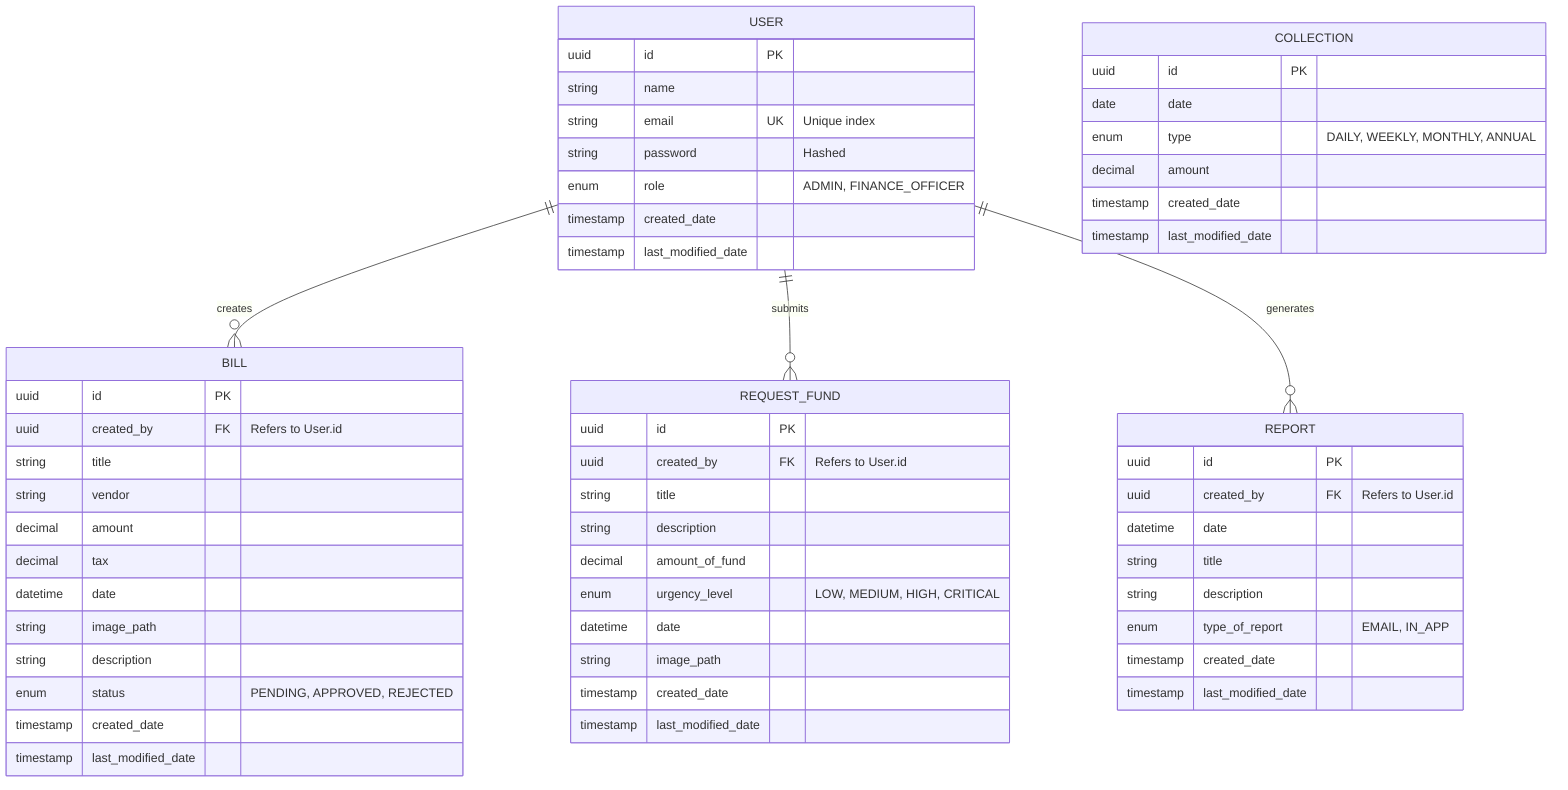
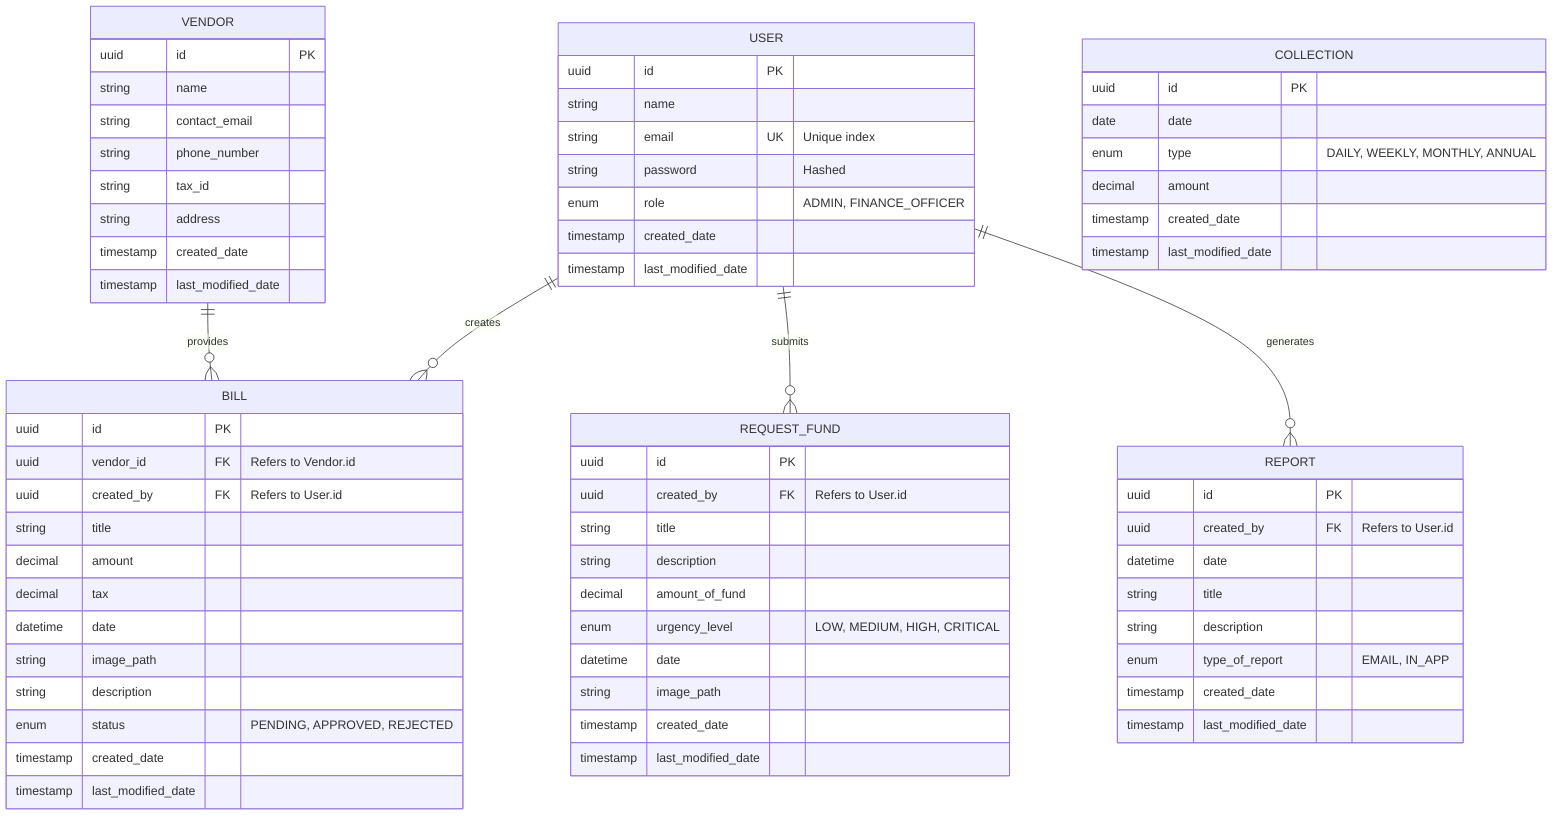
erDiagram
    %% Relationships
    USER ||--o{ BILL : "creates"
    USER ||--o{ REQUEST_FUND : "submits"
    USER ||--o{ REPORT : "generates"
+     VENDOR ||--o{ BILL : "provides"

    %% Tables
    USER {
        uuid id PK
        string name
        string email UK "Unique index"
        string password "Hashed"
        enum role "ADMIN, FINANCE_OFFICER"
        timestamp created_date
        timestamp last_modified_date
    }

+     VENDOR {
+         uuid id PK
+         string name
+         string contact_email
+         string phone_number
+         string tax_id
+         string address
+         timestamp created_date
+         timestamp last_modified_date
+     }
+ 
    BILL {
        uuid id PK
+         uuid vendor_id FK "Refers to Vendor.id"
        uuid created_by FK "Refers to User.id"
        string title
-         string vendor
        decimal amount
        decimal tax
        datetime date
        string image_path
        string description
        enum status "PENDING, APPROVED, REJECTED"
        timestamp created_date
        timestamp last_modified_date
    }

    REQUEST_FUND {
        uuid id PK
        uuid created_by FK "Refers to User.id"
        string title
        string description
        decimal amount_of_fund
        enum urgency_level "LOW, MEDIUM, HIGH, CRITICAL"
        datetime date
        string image_path
        timestamp created_date
        timestamp last_modified_date
    }

    COLLECTION {
        uuid id PK
        date date
        enum type "DAILY, WEEKLY, MONTHLY, ANNUAL"
        decimal amount
        timestamp created_date
        timestamp last_modified_date
    }

    REPORT {
        uuid id PK
        uuid created_by FK "Refers to User.id"
        datetime date
        string title
        string description
        enum type_of_report "EMAIL, IN_APP"
        timestamp created_date
        timestamp last_modified_date
    }
